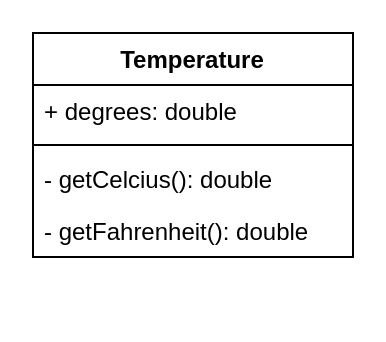
Earlier version of the draw.io diagram page "Temperature" (1 of 2) of ENSF592.drawio (michaelah19/UMLDiagrams). Source tidied: cells renumbered, new cells numbered last; positions are measured from the earlier drawing's top-left corner, leaving out a move shared by most shapes. Both pictures are drawn from the tidied source at 200%, with x=0, y=0 at pixel (32, 32).
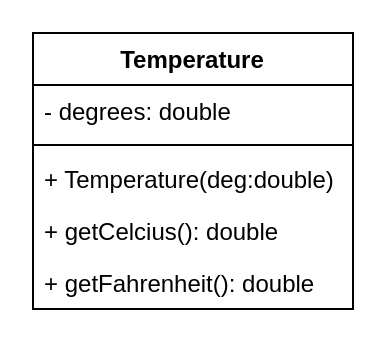
The same page after the edit.

Change to the diagram source:
```diff
@@
 <mxGraphModel>
   <root>
     <mxCell id="0" />
     <mxCell id="1" parent="0" />
     <mxCell id="2" value="Temperature" style="swimlane;fontStyle=1;align=center;verticalAlign=top;horizontal=1;startSize=26;" parent="1" vertex="1">
-      <mxGeometry width="160" height="112" as="geometry" />
+      <mxGeometry width="160" height="138" as="geometry" />
     </mxCell>
-    <mxCell id="3" value="+ degrees: double" style="text;strokeColor=none;fillColor=none;align=left;verticalAlign=top;spacingLeft=4;spacingRight=4;overflow=hidden;" parent="2" vertex="1">
+    <mxCell id="3" value="- degrees: double" style="text;strokeColor=none;fillColor=none;align=left;verticalAlign=top;spacingLeft=4;spacingRight=4;overflow=hidden;" parent="2" vertex="1">
       <mxGeometry y="26" width="160" height="26" as="geometry" />
     </mxCell>
     <mxCell id="4" style="line;strokeWidth=1;fillColor=none;align=left;verticalAlign=middle;spacingTop=-1;spacingLeft=3;spacingRight=3;labelPosition=right;" parent="2" vertex="1">
       <mxGeometry y="52" width="160" height="8" as="geometry" />
     </mxCell>
+    <mxCell id="7" value="+ Temperature(deg:double)&#10;" style="text;strokeColor=none;fillColor=none;align=left;verticalAlign=top;spacingLeft=4;spacingRight=4;overflow=hidden;" parent="2" vertex="1">
+      <mxGeometry y="60" width="160" height="26" as="geometry" />
+    </mxCell>
-    <mxCell id="5" value="- getCelcius(): double" style="text;strokeColor=none;fillColor=none;align=left;verticalAlign=top;spacingLeft=4;spacingRight=4;overflow=hidden;" parent="2" vertex="1">
-      <mxGeometry y="60" width="160" height="26" as="geometry" />
+    <mxCell id="5" value="+ getCelcius(): double" style="text;strokeColor=none;fillColor=none;align=left;verticalAlign=top;spacingLeft=4;spacingRight=4;overflow=hidden;" parent="2" vertex="1">
+      <mxGeometry y="86" width="160" height="26" as="geometry" />
     </mxCell>
-    <mxCell id="6" value="- getFahrenheit(): double" style="text;strokeColor=none;fillColor=none;align=left;verticalAlign=top;spacingLeft=4;spacingRight=4;overflow=hidden;" parent="2" vertex="1">
-      <mxGeometry y="86" width="160" height="26" as="geometry" />
+    <mxCell id="6" value="+ getFahrenheit(): double" style="text;strokeColor=none;fillColor=none;align=left;verticalAlign=top;spacingLeft=4;spacingRight=4;overflow=hidden;" parent="2" vertex="1">
+      <mxGeometry y="112" width="160" height="26" as="geometry" />
     </mxCell>
   </root>
 </mxGraphModel>
```
